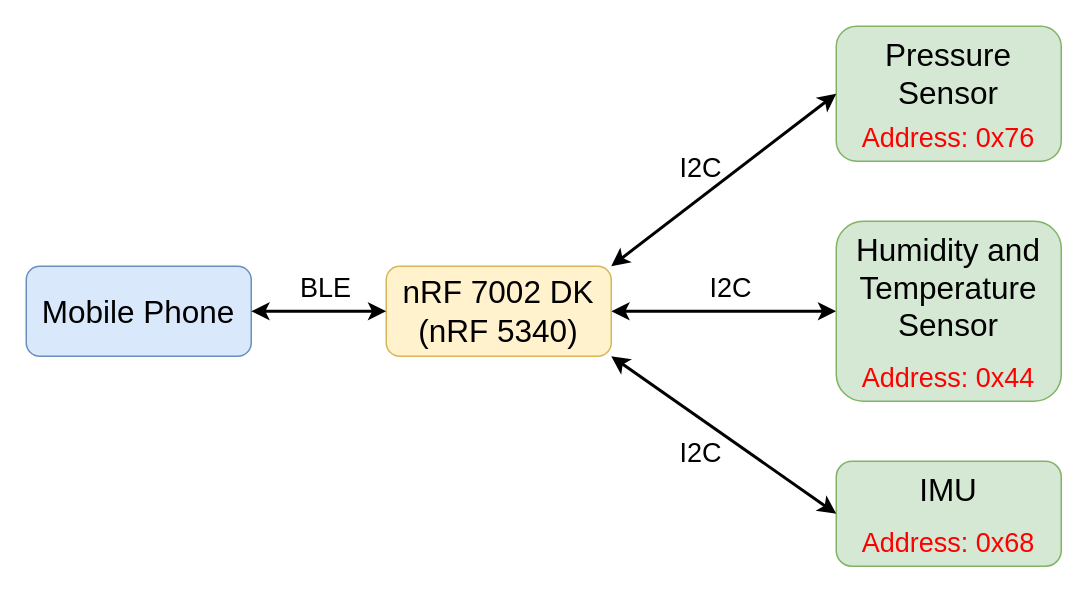
ese5180/iot-venture-f25-mesh keeps this draw.io diagram as Pro_B_D.drawio. Above is the earlier version. Source tidied: cells renumbered, new cells numbered last; positions are measured from the earlier drawing's top-left corner, leaving out a move shared by most shapes. Both pictures are drawn from the tidied source at 150%, with x=0, y=0 at pixel (26, 26).
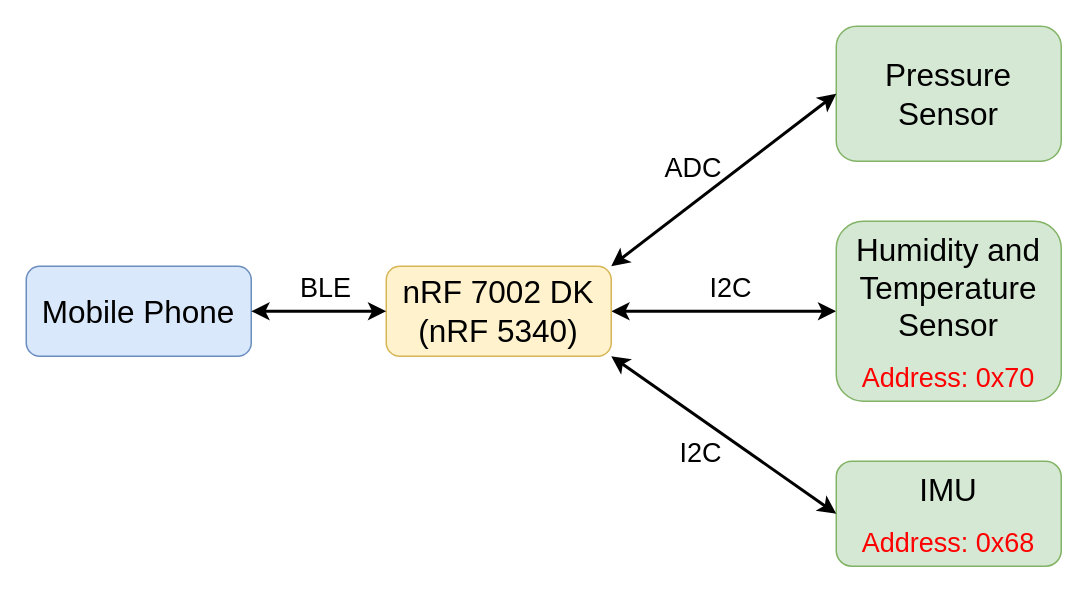
The same diagram, later.

Change to the diagram source:
```diff
@@
 <mxGraphModel>
   <root>
     <mxCell id="0" />
     <mxCell id="1" parent="0" />
     <mxCell id="2" style="edgeStyle=orthogonalEdgeStyle;rounded=0;jettySize=auto;html=1;startArrow=classic;startFill=1;strokeWidth=2;" parent="1" edge="1" source="3" target="5">
       <mxGeometry relative="1" as="geometry" />
     </mxCell>
     <mxCell id="3" value="&lt;font style=&quot;font-size: 21px;&quot;&gt;nRF 7002 DK&lt;/font&gt;&lt;div&gt;&lt;font style=&quot;font-size: 21px;&quot;&gt;(nRF 5340)&lt;/font&gt;&lt;/div&gt;" style="rounded=1;whiteSpace=wrap;html=1;fillColor=#fff2cc;strokeColor=#d6b656;" parent="1" vertex="1">
       <mxGeometry x="240" y="160" width="150" height="60" as="geometry" />
     </mxCell>
-    <mxCell id="4" value="&lt;span style=&quot;font-size: 21px;&quot;&gt;Pressure Sensor&lt;/span&gt;" style="rounded=1;whiteSpace=wrap;html=1;fillColor=#d5e8d4;strokeColor=#82b366;verticalAlign=top;" parent="1" vertex="1">
+    <mxCell id="4" value="&lt;span style=&quot;font-size: 21px;&quot;&gt;Pressure Sensor&lt;/span&gt;" style="rounded=1;whiteSpace=wrap;html=1;fillColor=#d5e8d4;strokeColor=#82b366;verticalAlign=middle;" parent="1" vertex="1">
       <mxGeometry x="540" width="150" height="90" as="geometry" />
     </mxCell>
     <mxCell id="5" value="&lt;font style=&quot;font-size: 21px;&quot;&gt;Humidity and Temperature Sensor&lt;/font&gt;" style="rounded=1;whiteSpace=wrap;html=1;fillColor=#d5e8d4;strokeColor=#82b366;verticalAlign=top;" parent="1" vertex="1">
       <mxGeometry x="540" y="130" width="150" height="120" as="geometry" />
     </mxCell>
     <mxCell id="6" value="&lt;div&gt;&lt;span style=&quot;font-size: 21px; background-color: transparent; color: light-dark(rgb(0, 0, 0), rgb(255, 255, 255));&quot;&gt;IMU&lt;/span&gt;&lt;/div&gt;" style="rounded=1;whiteSpace=wrap;html=1;fillColor=#d5e8d4;strokeColor=#82b366;verticalAlign=top;" parent="1" vertex="1">
       <mxGeometry x="540" y="290" width="150" height="70" as="geometry" />
     </mxCell>
     <mxCell id="7" style="endArrow=classic;startArrow=classic;html=1;rounded=0;exitX=1;exitY=0;exitDx=0;exitDy=0;entryX=0;entryY=0.5;entryDx=0;entryDy=0;strokeWidth=2;" parent="1" edge="1" source="3" target="4">
       <mxGeometry relative="1" as="geometry" />
     </mxCell>
     <mxCell id="8" style="endArrow=classic;startArrow=classic;html=1;rounded=0;exitX=1;exitY=1;exitDx=0;exitDy=0;entryX=0;entryY=0.5;entryDx=0;entryDy=0;strokeWidth=2;" parent="1" edge="1" source="3" target="6">
       <mxGeometry relative="1" as="geometry" />
     </mxCell>
     <mxCell id="9" value="&lt;span style=&quot;font-size: 21px;&quot;&gt;Mobile Phone&lt;/span&gt;" style="rounded=1;whiteSpace=wrap;html=1;fillColor=#dae8fc;strokeColor=#6c8ebf;" parent="1" vertex="1">
       <mxGeometry y="160" width="150" height="60" as="geometry" />
     </mxCell>
     <mxCell id="10" style="endArrow=classic;startArrow=classic;html=1;rounded=0;exitX=1;exitY=0.5;exitDx=0;exitDy=0;entryX=0;entryY=0.5;entryDx=0;entryDy=0;strokeWidth=2;" parent="1" edge="1" source="9" target="3">
       <mxGeometry relative="1" as="geometry" />
     </mxCell>
     <mxCell id="11" value="&lt;font style=&quot;font-size: 18px;&quot;&gt;BLE&lt;/font&gt;" style="text;html=1;align=center;verticalAlign=middle;whiteSpace=wrap;rounded=0;" parent="1" vertex="1">
       <mxGeometry x="170" y="160" width="60" height="30" as="geometry" />
     </mxCell>
-    <mxCell id="12" value="&lt;font style=&quot;font-size: 18px;&quot;&gt;I2C&lt;/font&gt;" style="text;html=1;align=center;verticalAlign=middle;whiteSpace=wrap;rounded=0;" parent="1" vertex="1">
-      <mxGeometry x="385" y="80" width="130" height="30" as="geometry" />
+    <mxCell id="12" value="&lt;font style=&quot;font-size: 18px;&quot;&gt;ADC&lt;/font&gt;" style="text;html=1;align=center;verticalAlign=middle;whiteSpace=wrap;rounded=0;" parent="1" vertex="1">
+      <mxGeometry x="380" y="80" width="130" height="30" as="geometry" />
     </mxCell>
     <mxCell id="13" value="&lt;font style=&quot;font-size: 18px;&quot;&gt;I2C&lt;/font&gt;" style="text;html=1;align=center;verticalAlign=middle;whiteSpace=wrap;rounded=0;" parent="1" vertex="1">
       <mxGeometry x="440" y="160" width="60" height="30" as="geometry" />
     </mxCell>
     <mxCell id="14" value="&lt;font style=&quot;font-size: 18px;&quot;&gt;I2C&lt;/font&gt;" style="text;html=1;align=center;verticalAlign=middle;whiteSpace=wrap;rounded=0;" parent="1" vertex="1">
       <mxGeometry x="420" y="270" width="60" height="30" as="geometry" />
     </mxCell>
-    <mxCell id="15" value="&lt;span style=&quot;font-size: 18px;&quot;&gt;Address: 0x76&lt;/span&gt;" style="text;html=1;align=center;verticalAlign=middle;whiteSpace=wrap;rounded=0;labelBorderColor=none;fontColor=#FF0000;" parent="1" vertex="1">
-      <mxGeometry x="550" y="60" width="130" height="30" as="geometry" />
-    </mxCell>
-    <mxCell id="16" value="&lt;span style=&quot;font-size: 18px;&quot;&gt;Address:&amp;nbsp;&lt;/span&gt;&lt;font style=&quot;font-size: 18px;&quot;&gt;0x44&lt;/font&gt;" style="text;html=1;align=center;verticalAlign=middle;whiteSpace=wrap;rounded=0;fontColor=#FF0000;" parent="1" vertex="1">
+    <mxCell id="16" value="&lt;span style=&quot;font-size: 18px;&quot;&gt;Address:&amp;nbsp;&lt;/span&gt;&lt;font style=&quot;font-size: 18px;&quot;&gt;0x70&lt;/font&gt;" style="text;html=1;align=center;verticalAlign=middle;whiteSpace=wrap;rounded=0;fontColor=#FF0000;" parent="1" vertex="1">
       <mxGeometry x="550" y="220" width="130" height="30" as="geometry" />
     </mxCell>
     <mxCell id="17" value="&lt;span style=&quot;font-size: 18px;&quot;&gt;Address:&amp;nbsp;&lt;/span&gt;&lt;font style=&quot;font-size: 18px;&quot;&gt;0x68&lt;/font&gt;" style="text;html=1;align=center;verticalAlign=middle;whiteSpace=wrap;rounded=0;fontColor=#FF0000;" parent="1" vertex="1">
       <mxGeometry x="550" y="330" width="130" height="30" as="geometry" />
     </mxCell>
   </root>
 </mxGraphModel>
```
